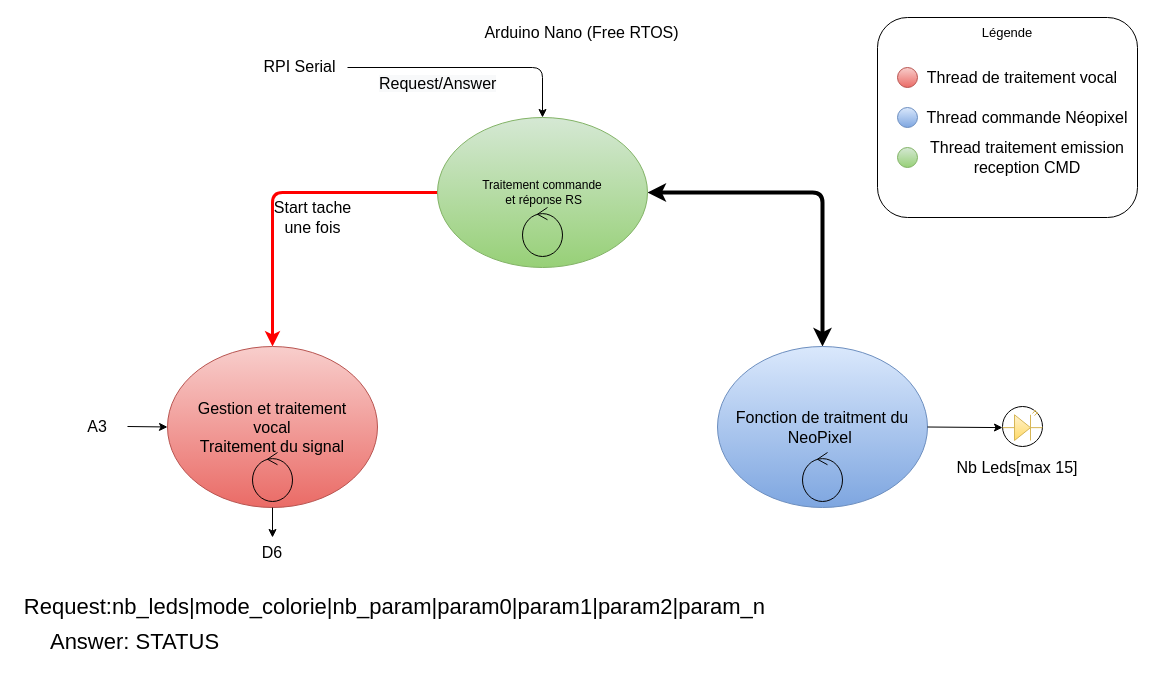
Above: page "Code Arduino Nano" (4 of 5) of 01 - Etude/Diagrammes système.drawio in QGim/OS_InMoov (draw.io), before the change. Source tidied: cells renumbered, new cells numbered last; positions are measured from the earlier drawing's top-left corner, leaving out a move shared by most shapes. Both pictures are drawn from the tidied source at 100%, with x=0, y=0 at pixel (17, 17).
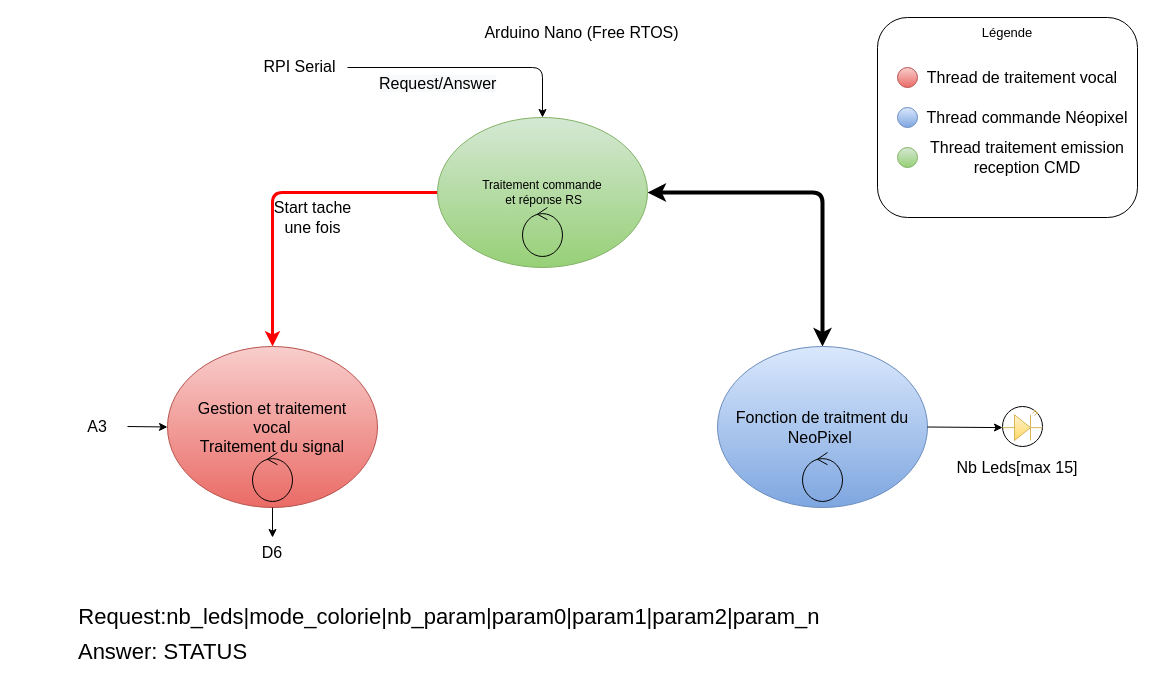
Above is the later version.

Change to the diagram source:
```diff
@@
-    <mxCell id="32" value="&lt;font style=&quot;font-size: 22px&quot;&gt;Request:nb_leds|mode_colorie|nb_param|param0|param1|param2|param_n&amp;nbsp;&lt;br&gt;&lt;/font&gt;" style="text;html=1;align=center;verticalAlign=middle;strokeColor=none;fillColor=none;" parent="1" vertex="1">
-      <mxGeometry y="580" width="760" height="20" as="geometry" />
+    <mxCell id="32" value="&lt;font style=&quot;font-size: 22px&quot;&gt;&lt;span style=&quot;white-space: pre;&quot;&gt;&#9;&lt;/span&gt;Request:nb_leds|mode_colorie|nb_param|param0|param1|param2|param_n&amp;nbsp;&lt;br&gt;&lt;/font&gt;" style="text;html=1;align=center;verticalAlign=middle;strokeColor=none;fillColor=none;" parent="1" vertex="1">
+      <mxGeometry y="580" width="820" height="40" as="geometry" />
     </mxCell>
     <mxCell id="33" value="Answer: STATUS" style="text;html=1;align=center;verticalAlign=middle;strokeColor=none;fillColor=none;fontSize=22;" parent="1" vertex="1">
-      <mxGeometry x="27" y="610" width="180" height="30" as="geometry" />
+      <mxGeometry x="55" y="620" width="180" height="30" as="geometry" />
     </mxCell>
```
